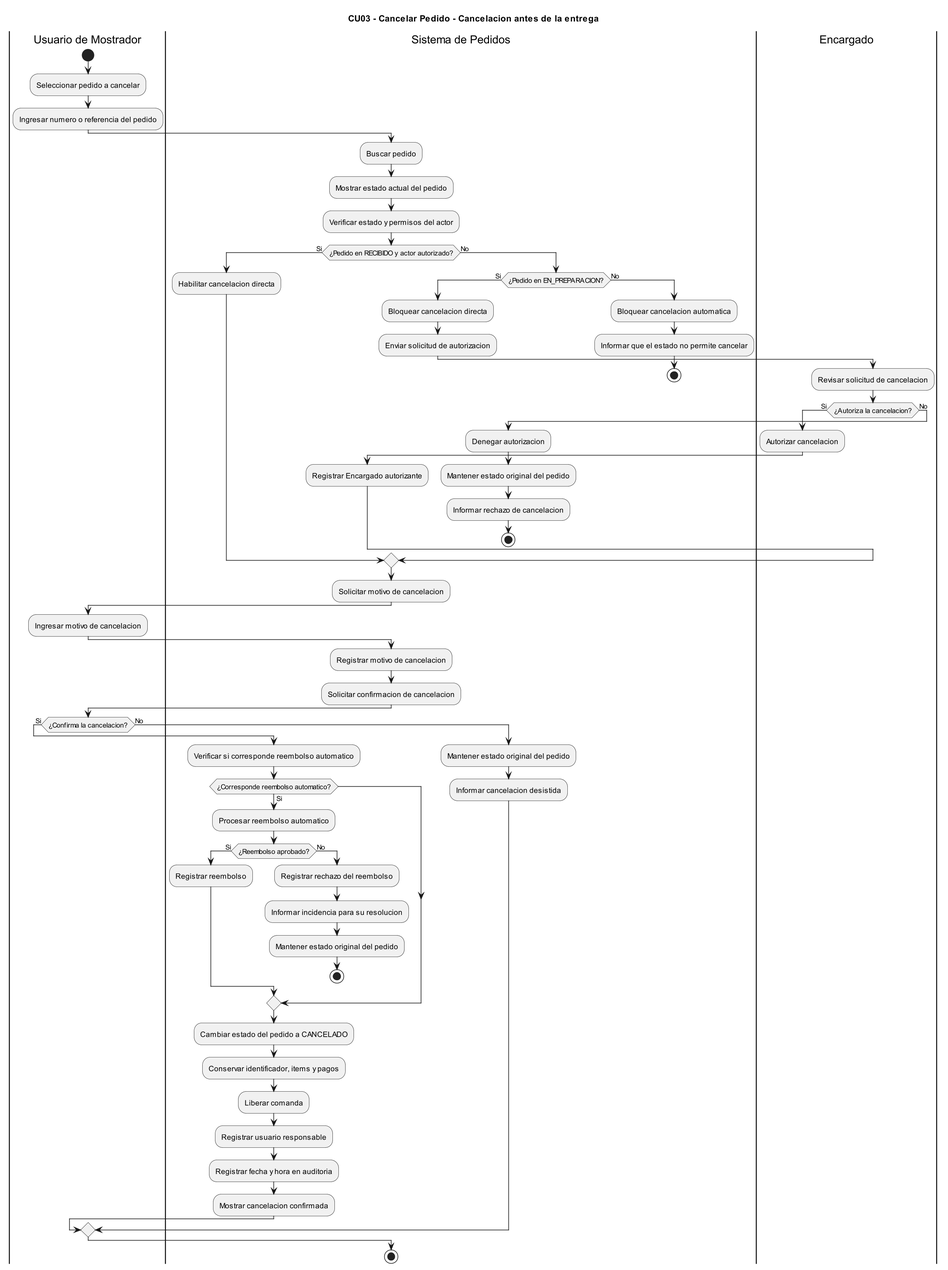
eloeyhe/SistemaPedidos keeps this PlantUML diagram as diagramas/04-diagramas-actividades/04-actividad-cancelar-pedido-03.png. Above is the earlier version.
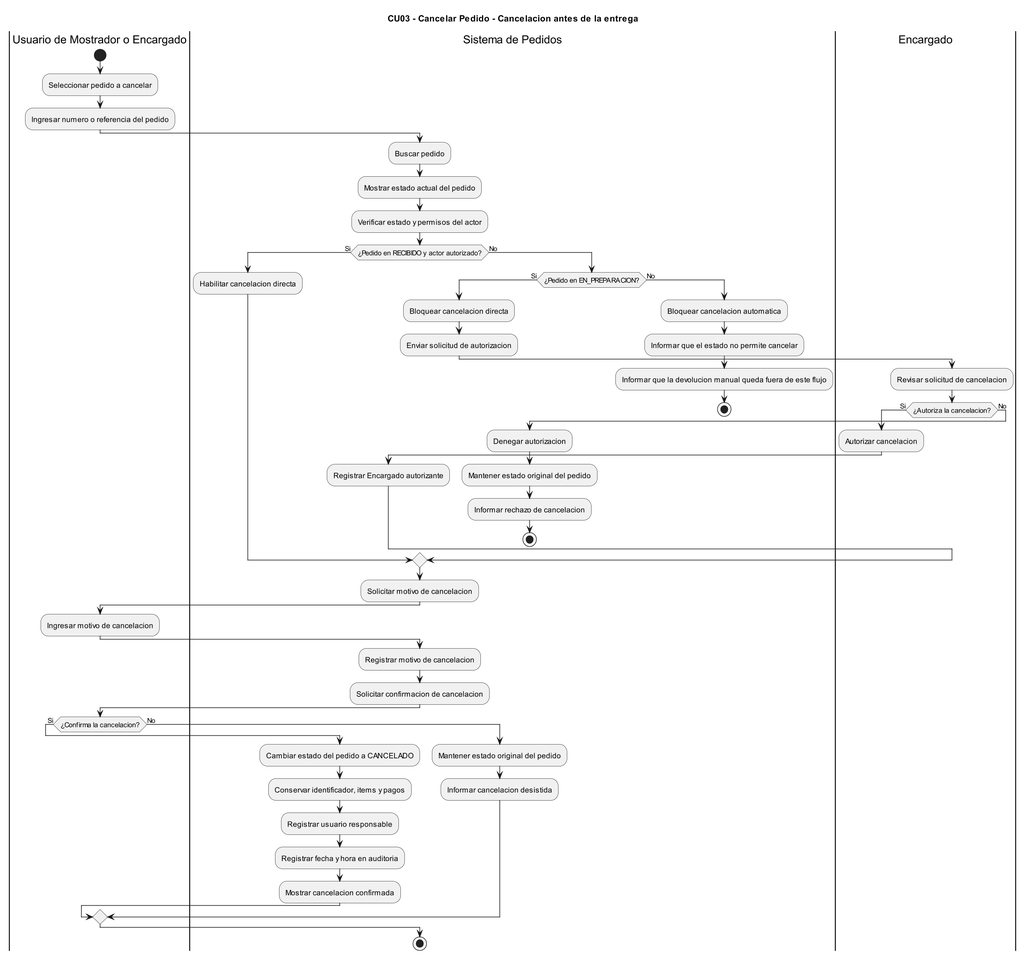
Later version of the same file.

Commit message:
Regenero los PNG del caso de uso y la actividad de CU03

Diff of the diagram source:
```diff
@@ -1,9 +1,10 @@
 @startuml
+!pragma layout smetana
 title CU03 - Cancelar Pedido - Cancelacion antes de la entrega
 skinparam dpi 150
 skinparam shadowing false
 
-|Usuario de Mostrador|
+|Usuario de Mostrador o Encargado|
 start
 :Seleccionar pedido a cancelar;
 :Ingresar numero o referencia del pedido;
@@ -35,6 +36,7 @@
   else (No)
     :Bloquear cancelacion automatica;
     :Informar que el estado no permite cancelar;
+    :Informar que la devolucion manual queda fuera de este flujo;
     stop
   endif
 endif
@@ -42,34 +44,18 @@
 |Sistema de Pedidos|
 :Solicitar motivo de cancelacion;
 
-|Usuario de Mostrador|
+|Usuario de Mostrador o Encargado|
 :Ingresar motivo de cancelacion;
 
 |Sistema de Pedidos|
 :Registrar motivo de cancelacion;
 :Solicitar confirmacion de cancelacion;
 
-|Usuario de Mostrador|
+|Usuario de Mostrador o Encargado|
 if (¿Confirma la cancelacion?) then (Si)
   |Sistema de Pedidos|
-  :Verificar si corresponde reembolso automatico;
-
-if (¿Corresponde reembolso automatico?) then (Si)
-  :Procesar reembolso automatico;
-
-  if (¿Reembolso aprobado?) then (Si)
-    :Registrar reembolso;
-  else (No)
-    :Registrar rechazo del reembolso;
-    :Informar incidencia para su resolucion;
-    :Mantener estado original del pedido;
-    stop
-  endif
-endif
-
 :Cambiar estado del pedido a CANCELADO;
 :Conservar identificador, items y pagos;
-:Liberar comanda;
 :Registrar usuario responsable;
 :Registrar fecha y hora en auditoria;
 :Mostrar cancelacion confirmada;
```
